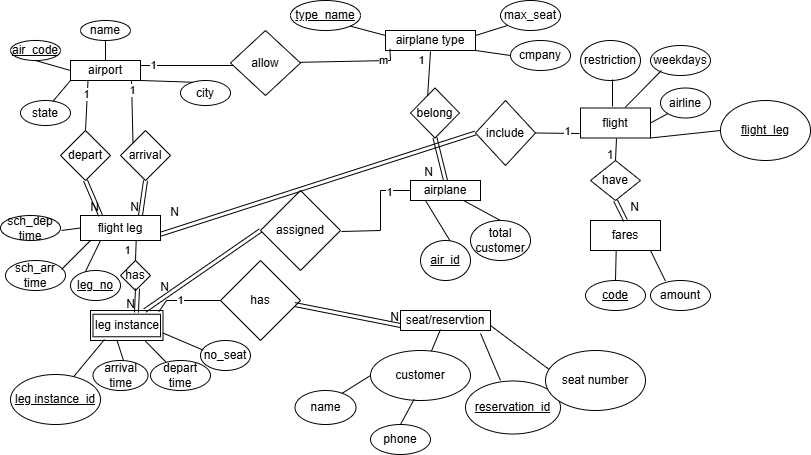
The draw.io diagram ERD AIRPORT.png in DevMalak/Database-Course-documentation, before a commit. Source tidied: cells renumbered, new cells last; positions are measured from the earlier drawing's top-left corner, leaving out a move shared by most shapes.
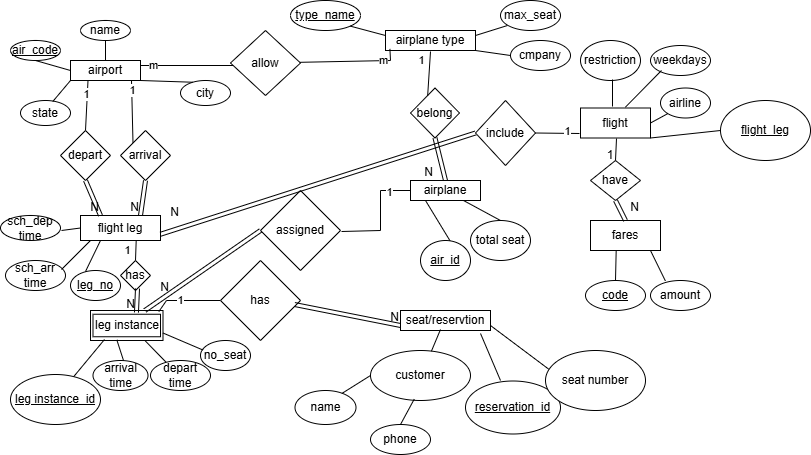
The same file after the commit.

Commit message:
delete final airport ERD

The edit, as a diff of the source:
```diff
@@ -134,7 +134,7 @@
     <mxCell id="40" value="&lt;u&gt;air_id&lt;/u&gt;" style="ellipse;whiteSpace=wrap;html=1;" parent="1" vertex="1">
       <mxGeometry x="420" y="240" width="50" height="40" as="geometry" />
     </mxCell>
-    <mxCell id="41" value="total customer" style="ellipse;whiteSpace=wrap;html=1;" parent="1" vertex="1">
+    <mxCell id="41" value="total seat" style="ellipse;whiteSpace=wrap;html=1;" parent="1" vertex="1">
       <mxGeometry x="470" y="220" width="60" height="40" as="geometry" />
     </mxCell>
     <mxCell id="42" style="endArrow=none;html=1;rounded=0;entryX=0.437;entryY=0.974;entryDx=0;entryDy=0;entryPerimeter=0;exitX=0.5;exitY=0;exitDx=0;exitDy=0;" parent="1" edge="1" source="33" target="30">
@@ -193,7 +193,7 @@
         <mxPoint x="240" y="65" as="targetPoint" />
       </mxGeometry>
     </mxCell>
-    <mxCell id="56" value="1" style="edgeLabel;html=1;align=center;verticalAlign=middle;" parent="55" vertex="1">
+    <mxCell id="56" value="m" style="edgeLabel;html=1;align=center;verticalAlign=middle;" parent="55" vertex="1">
       <mxGeometry x="-0.75" y="1" relative="1" as="geometry" />
     </mxCell>
     <mxCell id="57" value="allow" style="rhombus;whiteSpace=wrap;html=1;" parent="1" vertex="1">
```
